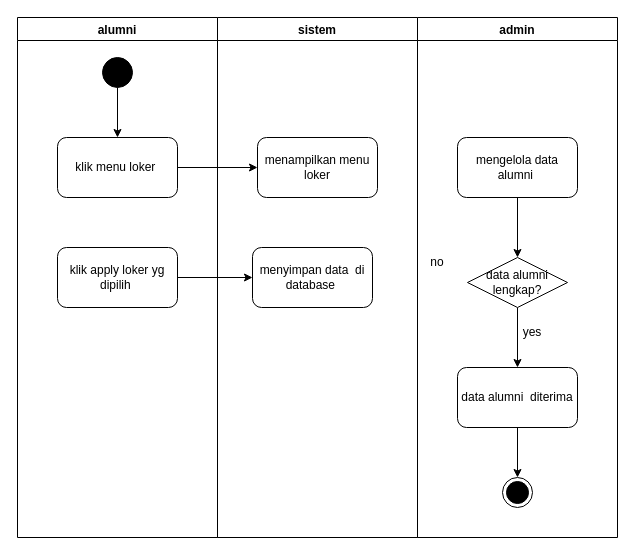
The draw.io diagram lowongan  activity  Diagram.drawio in ratihpn99/tokoonline, before the edit. Source tidied: cells renumbered, new cells numbered last; positions are measured from the earlier drawing's top-left corner, leaving out a move shared by most shapes. Both pictures are drawn from the tidied source at 100%, with x=0, y=0 at pixel (17, 17).
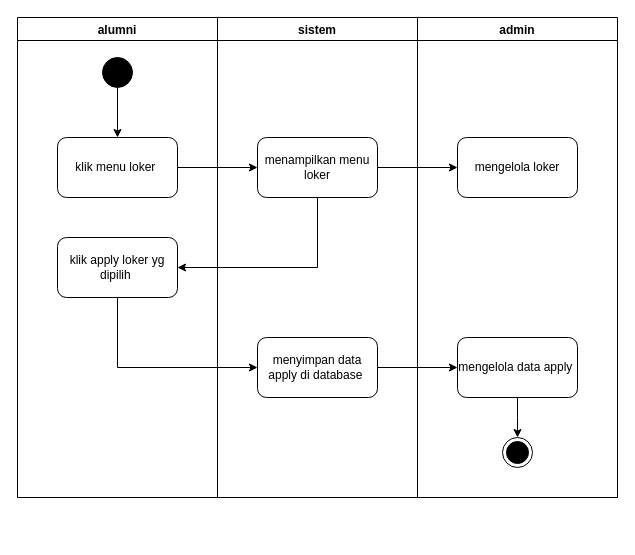
Above is the later version.

Unchanged cells that the change refers to:
```xml
<mxCell id="8" value="menampilkan menu loker" style="rounded=1;whiteSpace=wrap;html=1;" parent="7" vertex="1">
  <mxGeometry x="40" y="120" width="120" height="60" as="geometry" />
</mxCell>
```

Diff of the diagram source:
```diff
@@
     <mxCell id="2" value="alumni" style="swimlane;" parent="1" vertex="1">
-      <mxGeometry width="200" height="520" as="geometry" />
+      <mxGeometry width="200" height="480" as="geometry" />
     </mxCell>
@@
     <mxCell id="6" value="klik apply loker yg dipilih&amp;nbsp;" style="rounded=1;whiteSpace=wrap;html=1;" parent="2" vertex="1">
-      <mxGeometry x="40" y="230" width="120" height="60" as="geometry" />
+      <mxGeometry x="40" y="220" width="120" height="60" as="geometry" />
     </mxCell>
     <mxCell id="7" value="sistem" style="swimlane;startSize=23;" parent="1" vertex="1">
-      <mxGeometry x="200" width="200" height="520" as="geometry" />
+      <mxGeometry x="200" width="200" height="480" as="geometry" />
     </mxCell>
@@
-    <mxCell id="9" value="menyimpan data&amp;nbsp; di database&amp;nbsp;" style="rounded=1;whiteSpace=wrap;html=1;" parent="7" vertex="1">
-      <mxGeometry x="35" y="230" width="120" height="60" as="geometry" />
+    <mxCell id="9" value="menyimpan data apply di database&amp;nbsp;" style="rounded=1;whiteSpace=wrap;html=1;" parent="7" vertex="1">
+      <mxGeometry x="40" y="320" width="120" height="60" as="geometry" />
     </mxCell>
     <mxCell id="10" value="admin" style="swimlane;startSize=23;" parent="1" vertex="1">
-      <mxGeometry x="400" width="200" height="520" as="geometry" />
+      <mxGeometry x="400" width="200" height="480" as="geometry" />
     </mxCell>
-    <mxCell id="11" style="edgeStyle=orthogonalEdgeStyle;rounded=0;jettySize=auto;html=1;" parent="10" edge="1" source="12" target="14">
-      <mxGeometry relative="1" as="geometry" />
-    </mxCell>
-    <mxCell id="12" value="mengelola data alumni&amp;nbsp;" style="rounded=1;whiteSpace=wrap;html=1;" parent="10" vertex="1">
+    <mxCell id="12" value="mengelola loker" style="rounded=1;whiteSpace=wrap;html=1;" parent="10" vertex="1">
       <mxGeometry x="40" y="120" width="120" height="60" as="geometry" />
     </mxCell>
-    <mxCell id="13" style="edgeStyle=orthogonalEdgeStyle;rounded=0;jettySize=auto;html=1;" parent="10" edge="1" source="14" target="16">
-      <mxGeometry relative="1" as="geometry" />
-    </mxCell>
-    <mxCell id="14" value="data alumni lengkap?" style="rhombus;whiteSpace=wrap;html=1;" parent="10" vertex="1">
-      <mxGeometry x="50" y="240" width="100" height="50" as="geometry" />
-    </mxCell>
-    <mxCell id="15" style="edgeStyle=orthogonalEdgeStyle;rounded=0;jettySize=auto;html=1;" parent="10" edge="1" source="16" target="17">
-      <mxGeometry relative="1" as="geometry" />
-    </mxCell>
-    <mxCell id="16" value="data alumni&amp;nbsp; diterima" style="rounded=1;whiteSpace=wrap;html=1;" parent="10" vertex="1">
-      <mxGeometry x="40" y="350" width="120" height="60" as="geometry" />
-    </mxCell>
     <mxCell id="17" style="ellipse;html=1;shape=endState;fillColor=#000000;strokeColor=#000000;" parent="10" vertex="1">
-      <mxGeometry x="85" y="460" width="30" height="30" as="geometry" />
+      <mxGeometry x="85" y="420" width="30" height="30" as="geometry" />
     </mxCell>
-    <mxCell id="18" value="no" style="text;html=1;strokeColor=none;fillColor=none;align=center;verticalAlign=middle;whiteSpace=wrap;rounded=0;" parent="10" vertex="1">
-      <mxGeometry x="-10" y="230" width="60" height="30" as="geometry" />
-    </mxCell>
-    <mxCell id="19" value="yes" style="text;html=1;strokeColor=none;fillColor=none;align=center;verticalAlign=middle;whiteSpace=wrap;rounded=0;" parent="10" vertex="1">
-      <mxGeometry x="85" y="300" width="60" height="30" as="geometry" />
-    </mxCell>
+    <mxCell id="22" style="edgeStyle=orthogonalEdgeStyle;rounded=0;jettySize=auto;html=1;" parent="10" edge="1" source="23">
+      <mxGeometry relative="1" as="geometry">
+        <mxPoint x="100" y="420" as="targetPoint" />
+      </mxGeometry>
+    </mxCell>
+    <mxCell id="23" value="mengelola data apply&amp;nbsp;" style="rounded=1;whiteSpace=wrap;html=1;" parent="10" vertex="1">
+      <mxGeometry x="40" y="320" width="120" height="60" as="geometry" />
+    </mxCell>
@@
-    <mxCell id="21" style="edgeStyle=orthogonalEdgeStyle;rounded=0;jettySize=auto;html=1;" parent="1" edge="1" source="6" target="9">
-      <mxGeometry relative="1" as="geometry" />
+    <mxCell id="21" style="edgeStyle=orthogonalEdgeStyle;rounded=0;jettySize=auto;html=1;entryX=0;entryY=0.5;entryDx=0;entryDy=0;" parent="1" edge="1" source="6" target="9">
+      <mxGeometry relative="1" as="geometry">
+        <Array as="points">
+          <mxPoint x="100" y="350" />
+        </Array>
+      </mxGeometry>
     </mxCell>
+    <mxCell id="24" style="edgeStyle=orthogonalEdgeStyle;rounded=0;jettySize=auto;html=1;" parent="1" edge="1" source="8" target="12">
+      <mxGeometry relative="1" as="geometry" />
+    </mxCell>
+    <mxCell id="25" style="edgeStyle=orthogonalEdgeStyle;rounded=0;jettySize=auto;html=1;entryX=1;entryY=0.5;entryDx=0;entryDy=0;" parent="1" edge="1" source="8" target="6">
+      <mxGeometry relative="1" as="geometry">
+        <Array as="points">
+          <mxPoint x="300" y="250" />
+        </Array>
+      </mxGeometry>
+    </mxCell>
+    <mxCell id="26" style="edgeStyle=orthogonalEdgeStyle;rounded=0;jettySize=auto;html=1;" parent="1" edge="1" source="9" target="23">
+      <mxGeometry relative="1" as="geometry" />
+    </mxCell>
```
